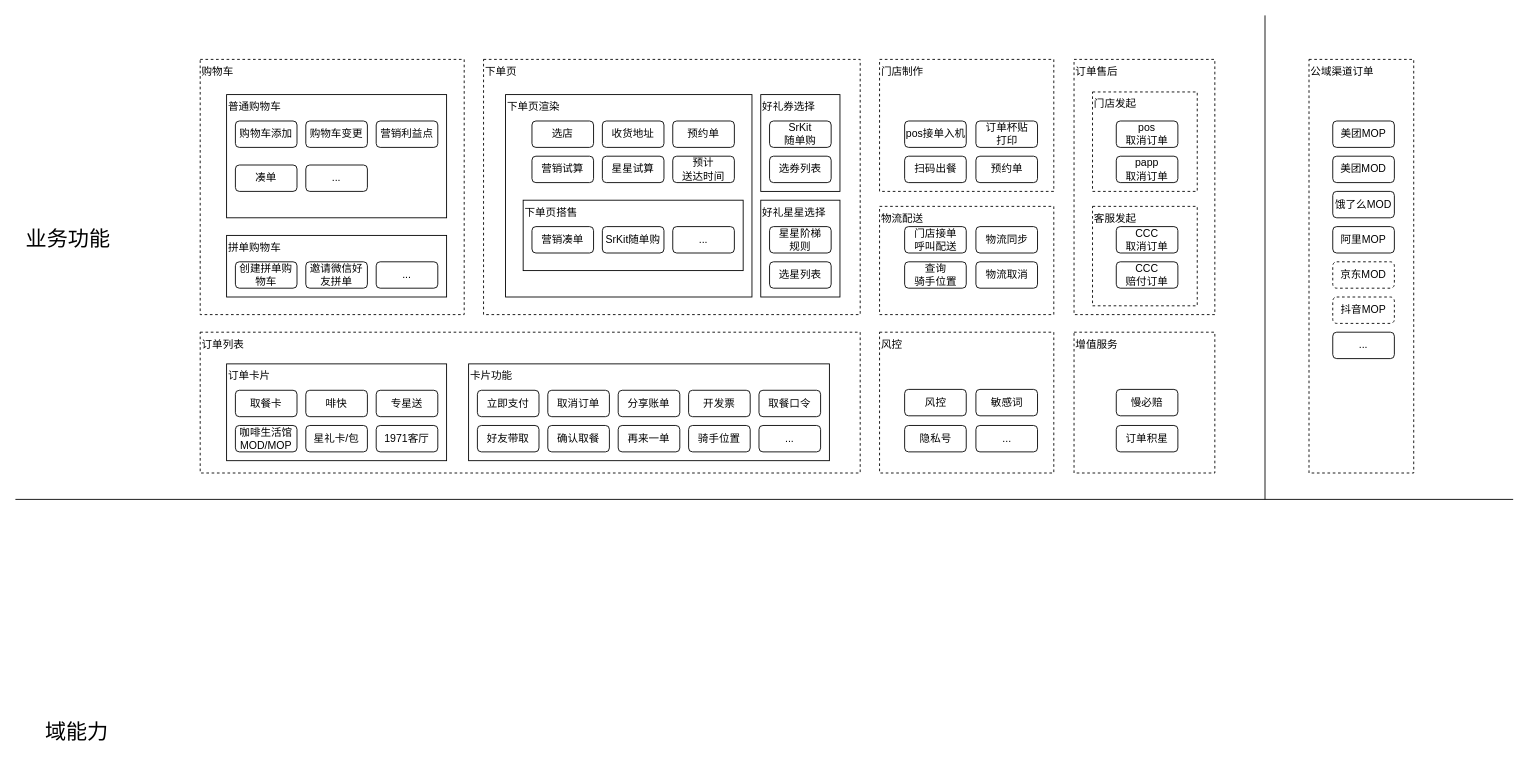
Earlier version of the draw.io diagram page "业务架构" (1 of 3) of OMS2.0业务架构.drawio (alexzhang2015/PC2.0). Source tidied: cells renumbered, new cells numbered last; positions are measured from the earlier drawing's top-left corner, leaving out a move shared by most shapes. Both pictures are drawn from the tidied source at 88%, with x=0, y=0 at pixel (15, 15).
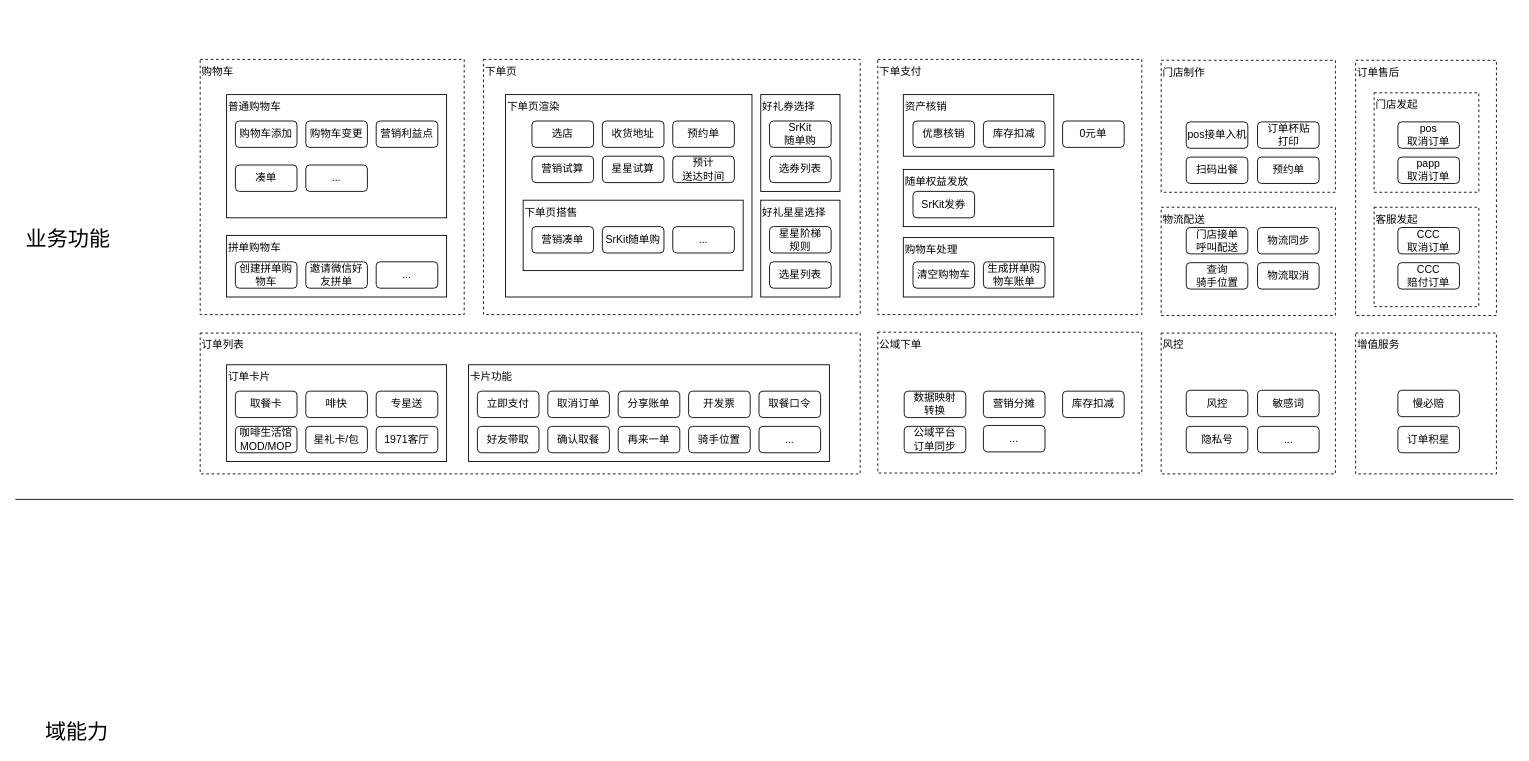
The same diagram, later.

The edit, as a diff of the source:
```diff
@@
+    <mxCell id="88" value="下单支付" style="rounded=0;whiteSpace=wrap;html=1;verticalAlign=top;dashed=1;labelPosition=center;verticalLabelPosition=middle;align=left;spacingRight=0;shadow=0;glass=0;horizontal=1;" parent="1" vertex="1">
+      <mxGeometry x="980" y="50" width="300" height="290" as="geometry" />
+    </mxCell>
+    <mxCell id="89" value="购物车处理" style="rounded=0;whiteSpace=wrap;html=1;align=left;verticalAlign=top;" parent="1" vertex="1">
+      <mxGeometry x="1009" y="252.5" width="171" height="67.5" as="geometry" />
+    </mxCell>
+    <mxCell id="90" value="随单权益发放" style="rounded=0;whiteSpace=wrap;html=1;align=left;verticalAlign=top;" parent="1" vertex="1">
+      <mxGeometry x="1009" y="175" width="171" height="65" as="geometry" />
+    </mxCell>
+    <mxCell id="91" value="资产核销" style="rounded=0;whiteSpace=wrap;html=1;align=left;verticalAlign=top;" parent="1" vertex="1">
+      <mxGeometry x="1009" y="90" width="171" height="70" as="geometry" />
+    </mxCell>
     <mxCell id="2" value="订单售后" style="rounded=0;whiteSpace=wrap;html=1;verticalAlign=top;dashed=1;labelPosition=center;verticalLabelPosition=middle;align=left;spacingRight=0;shadow=0;glass=0;horizontal=1;" parent="1" vertex="1">
-      <mxGeometry x="1203" y="50" width="160" height="290" as="geometry" />
+      <mxGeometry x="1523" y="51" width="160" height="290" as="geometry" />
     </mxCell>
     <mxCell id="3" value="门店发起" style="rounded=0;whiteSpace=wrap;html=1;verticalAlign=top;dashed=1;labelPosition=center;verticalLabelPosition=middle;align=left;spacingRight=0;shadow=0;glass=0;horizontal=1;" parent="1" vertex="1">
-      <mxGeometry x="1224" y="87" width="119" height="113" as="geometry" />
+      <mxGeometry x="1544" y="88" width="119" height="113" as="geometry" />
     </mxCell>
     <mxCell id="4" value="客服发起" style="rounded=0;whiteSpace=wrap;html=1;verticalAlign=top;dashed=1;labelPosition=center;verticalLabelPosition=middle;align=left;spacingRight=0;shadow=0;glass=0;horizontal=1;" parent="1" vertex="1">
-      <mxGeometry x="1224" y="217" width="119" height="113" as="geometry" />
+      <mxGeometry x="1544" y="218" width="119" height="113" as="geometry" />
     </mxCell>
@@
     <mxCell id="8" value="订单列表" style="rounded=0;whiteSpace=wrap;html=1;verticalAlign=top;dashed=1;labelPosition=center;verticalLabelPosition=middle;align=left;spacingRight=0;shadow=0;glass=0;horizontal=1;" parent="1" vertex="1">
-      <mxGeometry x="210" y="360" width="750" height="160" as="geometry" />
+      <mxGeometry x="210" y="361" width="750" height="160" as="geometry" />
     </mxCell>
@@
     <mxCell id="18" value="订单&lt;span style=&quot;background-color: initial;&quot;&gt;卡片&lt;/span&gt;" style="rounded=0;whiteSpace=wrap;html=1;align=left;verticalAlign=top;" parent="1" vertex="1">
-      <mxGeometry x="240" y="396" width="250" height="110" as="geometry" />
+      <mxGeometry x="240" y="397" width="250" height="110" as="geometry" />
     </mxCell>
@@
     <mxCell id="36" value="卡片&lt;span style=&quot;background-color: initial;&quot;&gt;功能&lt;/span&gt;" style="rounded=0;whiteSpace=wrap;html=1;align=left;verticalAlign=top;" parent="1" vertex="1">
-      <mxGeometry x="515" y="396" width="410" height="110" as="geometry" />
+      <mxGeometry x="515" y="397" width="410" height="110" as="geometry" />
     </mxCell>
     <mxCell id="37" value="取餐卡" style="rounded=1;whiteSpace=wrap;html=1;" parent="1" vertex="1">
-      <mxGeometry x="250" y="426" width="70" height="30" as="geometry" />
+      <mxGeometry x="250" y="427" width="70" height="30" as="geometry" />
     </mxCell>
     <mxCell id="38" value="啡快" style="rounded=1;whiteSpace=wrap;html=1;" parent="1" vertex="1">
-      <mxGeometry x="330" y="426" width="70" height="30" as="geometry" />
+      <mxGeometry x="330" y="427" width="70" height="30" as="geometry" />
     </mxCell>
     <mxCell id="39" value="咖啡生活馆&lt;div&gt;MOD/MOP&lt;/div&gt;" style="rounded=1;whiteSpace=wrap;html=1;" parent="1" vertex="1">
-      <mxGeometry x="250" y="466" width="70" height="30" as="geometry" />
+      <mxGeometry x="250" y="467" width="70" height="30" as="geometry" />
     </mxCell>
     <mxCell id="40" value="星礼卡/包" style="rounded=1;whiteSpace=wrap;html=1;" parent="1" vertex="1">
-      <mxGeometry x="330" y="466" width="70" height="30" as="geometry" />
+      <mxGeometry x="330" y="467" width="70" height="30" as="geometry" />
     </mxCell>
     <mxCell id="41" value="专星送" style="rounded=1;whiteSpace=wrap;html=1;" parent="1" vertex="1">
-      <mxGeometry x="410" y="426" width="70" height="30" as="geometry" />
+      <mxGeometry x="410" y="427" width="70" height="30" as="geometry" />
     </mxCell>
     <mxCell id="42" value="1971客厅" style="rounded=1;whiteSpace=wrap;html=1;" parent="1" vertex="1">
-      <mxGeometry x="410" y="466" width="70" height="30" as="geometry" />
+      <mxGeometry x="410" y="467" width="70" height="30" as="geometry" />
     </mxCell>
     <mxCell id="43" value="立即支付" style="rounded=1;whiteSpace=wrap;html=1;" parent="1" vertex="1">
-      <mxGeometry x="525" y="426" width="70" height="30" as="geometry" />
+      <mxGeometry x="525" y="427" width="70" height="30" as="geometry" />
     </mxCell>
     <mxCell id="44" value="取消订单" style="rounded=1;whiteSpace=wrap;html=1;" parent="1" vertex="1">
-      <mxGeometry x="605" y="426" width="70" height="30" as="geometry" />
+      <mxGeometry x="605" y="427" width="70" height="30" as="geometry" />
     </mxCell>
     <mxCell id="45" value="好友带取" style="rounded=1;whiteSpace=wrap;html=1;" parent="1" vertex="1">
-      <mxGeometry x="525" y="466" width="70" height="30" as="geometry" />
+      <mxGeometry x="525" y="467" width="70" height="30" as="geometry" />
     </mxCell>
     <mxCell id="46" value="确认取餐" style="rounded=1;whiteSpace=wrap;html=1;" parent="1" vertex="1">
-      <mxGeometry x="605" y="466" width="70" height="30" as="geometry" />
+      <mxGeometry x="605" y="467" width="70" height="30" as="geometry" />
     </mxCell>
     <mxCell id="47" value="分享账单" style="rounded=1;whiteSpace=wrap;html=1;" parent="1" vertex="1">
-      <mxGeometry x="685" y="426" width="70" height="30" as="geometry" />
+      <mxGeometry x="685" y="427" width="70" height="30" as="geometry" />
     </mxCell>
     <mxCell id="48" value="开发票" style="rounded=1;whiteSpace=wrap;html=1;" parent="1" vertex="1">
-      <mxGeometry x="765" y="426" width="70" height="30" as="geometry" />
+      <mxGeometry x="765" y="427" width="70" height="30" as="geometry" />
     </mxCell>
     <mxCell id="49" value="再来一单" style="rounded=1;whiteSpace=wrap;html=1;" parent="1" vertex="1">
-      <mxGeometry x="685" y="466" width="70" height="30" as="geometry" />
+      <mxGeometry x="685" y="467" width="70" height="30" as="geometry" />
     </mxCell>
     <mxCell id="50" value="取餐口令" style="rounded=1;whiteSpace=wrap;html=1;" parent="1" vertex="1">
-      <mxGeometry x="845" y="426" width="70" height="30" as="geometry" />
+      <mxGeometry x="845" y="427" width="70" height="30" as="geometry" />
     </mxCell>
     <mxCell id="51" value="骑手位置" style="rounded=1;whiteSpace=wrap;html=1;" parent="1" vertex="1">
-      <mxGeometry x="765" y="466" width="70" height="30" as="geometry" />
+      <mxGeometry x="765" y="467" width="70" height="30" as="geometry" />
     </mxCell>
     <mxCell id="52" value="pos&lt;div&gt;取消订单&lt;/div&gt;" style="rounded=1;whiteSpace=wrap;html=1;" parent="1" vertex="1">
-      <mxGeometry x="1251" y="120" width="70" height="30" as="geometry" />
+      <mxGeometry x="1571" y="121" width="70" height="30" as="geometry" />
     </mxCell>
     <mxCell id="53" value="papp&lt;div&gt;取消订单&lt;/div&gt;" style="rounded=1;whiteSpace=wrap;html=1;" parent="1" vertex="1">
-      <mxGeometry x="1251" y="160" width="70" height="30" as="geometry" />
+      <mxGeometry x="1571" y="161" width="70" height="30" as="geometry" />
     </mxCell>
     <mxCell id="54" value="CCC&lt;div&gt;取消订单&lt;/div&gt;" style="rounded=1;whiteSpace=wrap;html=1;" parent="1" vertex="1">
-      <mxGeometry x="1251" y="240" width="70" height="30" as="geometry" />
+      <mxGeometry x="1571" y="241" width="70" height="30" as="geometry" />
     </mxCell>
     <mxCell id="55" value="CCC&lt;div&gt;赔付订单&lt;/div&gt;" style="rounded=1;whiteSpace=wrap;html=1;" parent="1" vertex="1">
-      <mxGeometry x="1251" y="280" width="70" height="30" as="geometry" />
+      <mxGeometry x="1571" y="281" width="70" height="30" as="geometry" />
     </mxCell>
-    <mxCell id="56" value="公域渠道订单" style="rounded=0;whiteSpace=wrap;html=1;verticalAlign=top;dashed=1;labelPosition=center;verticalLabelPosition=middle;align=left;spacingRight=0;shadow=0;glass=0;horizontal=1;" parent="1" vertex="1">
-      <mxGeometry x="1470" y="50" width="119" height="470" as="geometry" />
-    </mxCell>
-    <mxCell id="57" value="饿了么MOD" style="rounded=1;whiteSpace=wrap;html=1;" parent="1" vertex="1">
-      <mxGeometry x="1497" y="200" width="70" height="30" as="geometry" />
-    </mxCell>
-    <mxCell id="58" value="美团MOP" style="rounded=1;whiteSpace=wrap;html=1;" parent="1" vertex="1">
-      <mxGeometry x="1497" y="120" width="70" height="30" as="geometry" />
-    </mxCell>
-    <mxCell id="59" value="美团MOD" style="rounded=1;whiteSpace=wrap;html=1;" parent="1" vertex="1">
-      <mxGeometry x="1497" y="160" width="70" height="30" as="geometry" />
-    </mxCell>
-    <mxCell id="60" value="京东MOD" style="rounded=1;whiteSpace=wrap;html=1;dashed=1;" parent="1" vertex="1">
-      <mxGeometry x="1497" y="280" width="70" height="30" as="geometry" />
-    </mxCell>
-    <mxCell id="61" value="抖音MOP" style="rounded=1;whiteSpace=wrap;html=1;dashed=1;" parent="1" vertex="1">
-      <mxGeometry x="1497" y="320" width="70" height="30" as="geometry" />
-    </mxCell>
-    <mxCell id="62" style="edgeStyle=orthogonalEdgeStyle;rounded=0;orthogonalLoop=1;jettySize=auto;html=1;exitX=0.5;exitY=1;exitDx=0;exitDy=0;" parent="1" edge="1" source="60" target="60">
-      <mxGeometry relative="1" as="geometry" />
-    </mxCell>
-    <mxCell id="63" value="..." style="rounded=1;whiteSpace=wrap;html=1;" parent="1" vertex="1">
-      <mxGeometry x="1497" y="360" width="70" height="30" as="geometry" />
-    </mxCell>
     <mxCell id="64" value="风控" style="rounded=0;whiteSpace=wrap;html=1;verticalAlign=top;dashed=1;labelPosition=center;verticalLabelPosition=middle;align=left;spacingRight=0;shadow=0;glass=0;horizontal=1;" parent="1" vertex="1">
-      <mxGeometry x="982" y="360" width="198" height="160" as="geometry" />
+      <mxGeometry x="1302" y="361" width="198" height="160" as="geometry" />
     </mxCell>
     <mxCell id="65" value="风控" style="rounded=1;whiteSpace=wrap;html=1;" parent="1" vertex="1">
-      <mxGeometry x="1010.5" y="425" width="70" height="30" as="geometry" />
+      <mxGeometry x="1330.5" y="426" width="70" height="30" as="geometry" />
     </mxCell>
     <mxCell id="66" value="..." style="rounded=1;whiteSpace=wrap;html=1;" parent="1" vertex="1">
-      <mxGeometry x="845" y="466" width="70" height="30" as="geometry" />
+      <mxGeometry x="845" y="467" width="70" height="30" as="geometry" />
     </mxCell>
     <mxCell id="67" value="门店制作" style="rounded=0;whiteSpace=wrap;html=1;verticalAlign=top;dashed=1;labelPosition=center;verticalLabelPosition=middle;align=left;spacingRight=0;shadow=0;glass=0;horizontal=1;" parent="1" vertex="1">
-      <mxGeometry x="982" y="50" width="198" height="150" as="geometry" />
+      <mxGeometry x="1302" y="51" width="198" height="150" as="geometry" />
     </mxCell>
     <mxCell id="68" value="物流配送" style="rounded=0;whiteSpace=wrap;html=1;verticalAlign=top;dashed=1;labelPosition=center;verticalLabelPosition=middle;align=left;spacingRight=0;shadow=0;glass=0;horizontal=1;" parent="1" vertex="1">
-      <mxGeometry x="982" y="217" width="198" height="123" as="geometry" />
+      <mxGeometry x="1302" y="218" width="198" height="123" as="geometry" />
     </mxCell>
     <mxCell id="69" value="pos接单入机" style="rounded=1;whiteSpace=wrap;html=1;" parent="1" vertex="1">
-      <mxGeometry x="1010.5" y="120" width="70" height="30" as="geometry" />
+      <mxGeometry x="1330.5" y="121" width="70" height="30" as="geometry" />
     </mxCell>
     <mxCell id="70" value="订单&lt;span style=&quot;background-color: initial;&quot;&gt;杯贴&lt;/span&gt;&lt;div&gt;&lt;span style=&quot;background-color: initial;&quot;&gt;打印&lt;/span&gt;&lt;/div&gt;" style="rounded=1;whiteSpace=wrap;html=1;" parent="1" vertex="1">
-      <mxGeometry x="1091.5" y="120" width="70" height="30" as="geometry" />
+      <mxGeometry x="1411.5" y="121" width="70" height="30" as="geometry" />
     </mxCell>
     <mxCell id="71" value="扫码出餐" style="rounded=1;whiteSpace=wrap;html=1;" parent="1" vertex="1">
-      <mxGeometry x="1010.5" y="160" width="70" height="30" as="geometry" />
+      <mxGeometry x="1330.5" y="161" width="70" height="30" as="geometry" />
     </mxCell>
     <mxCell id="72" value="物流同步" style="rounded=1;whiteSpace=wrap;html=1;" parent="1" vertex="1">
-      <mxGeometry x="1091.5" y="240" width="70" height="30" as="geometry" />
+      <mxGeometry x="1411.5" y="241" width="70" height="30" as="geometry" />
     </mxCell>
     <mxCell id="73" value="查询&lt;div&gt;骑手位置&lt;/div&gt;" style="rounded=1;whiteSpace=wrap;html=1;" parent="1" vertex="1">
-      <mxGeometry x="1010.5" y="280" width="70" height="30" as="geometry" />
+      <mxGeometry x="1330.5" y="281" width="70" height="30" as="geometry" />
     </mxCell>
     <mxCell id="74" value="预约单" style="rounded=1;whiteSpace=wrap;html=1;" parent="1" vertex="1">
-      <mxGeometry x="1091.5" y="160" width="70" height="30" as="geometry" />
+      <mxGeometry x="1411.5" y="161" width="70" height="30" as="geometry" />
     </mxCell>
     <mxCell id="75" value="门店接单&lt;div&gt;呼叫配送&lt;/div&gt;" style="rounded=1;whiteSpace=wrap;html=1;" parent="1" vertex="1">
-      <mxGeometry x="1010.5" y="240" width="70" height="30" as="geometry" />
+      <mxGeometry x="1330.5" y="241" width="70" height="30" as="geometry" />
     </mxCell>
-    <mxCell id="76" value="阿里MOP" style="rounded=1;whiteSpace=wrap;html=1;" parent="1" vertex="1">
-      <mxGeometry x="1497" y="240" width="70" height="30" as="geometry" />
-    </mxCell>
     <mxCell id="77" value="增值服务" style="rounded=0;whiteSpace=wrap;html=1;verticalAlign=top;dashed=1;labelPosition=center;verticalLabelPosition=middle;align=left;spacingRight=0;shadow=0;glass=0;horizontal=1;" parent="1" vertex="1">
-      <mxGeometry x="1203" y="360" width="160" height="160" as="geometry" />
+      <mxGeometry x="1523" y="361" width="160" height="160" as="geometry" />
     </mxCell>
     <mxCell id="78" value="物流取消" style="rounded=1;whiteSpace=wrap;html=1;" parent="1" vertex="1">
-      <mxGeometry x="1091.5" y="280" width="70" height="30" as="geometry" />
+      <mxGeometry x="1411.5" y="281" width="70" height="30" as="geometry" />
     </mxCell>
     <mxCell id="79" value="敏感词" style="rounded=1;whiteSpace=wrap;html=1;" parent="1" vertex="1">
-      <mxGeometry x="1091.5" y="425" width="70" height="30" as="geometry" />
+      <mxGeometry x="1411.5" y="426" width="70" height="30" as="geometry" />
     </mxCell>
     <mxCell id="80" value="隐私号" style="rounded=1;whiteSpace=wrap;html=1;" parent="1" vertex="1">
-      <mxGeometry x="1010.5" y="466" width="70" height="30" as="geometry" />
+      <mxGeometry x="1330.5" y="467" width="70" height="30" as="geometry" />
     </mxCell>
     <mxCell id="81" value="..." style="rounded=1;whiteSpace=wrap;html=1;" parent="1" vertex="1">
-      <mxGeometry x="1091.5" y="466" width="70" height="30" as="geometry" />
+      <mxGeometry x="1411.5" y="467" width="70" height="30" as="geometry" />
     </mxCell>
     <mxCell id="82" value="慢必赔" style="rounded=1;whiteSpace=wrap;html=1;" parent="1" vertex="1">
-      <mxGeometry x="1251" y="425" width="70" height="30" as="geometry" />
+      <mxGeometry x="1571" y="426" width="70" height="30" as="geometry" />
     </mxCell>
     <mxCell id="83" value="订单积星" style="rounded=1;whiteSpace=wrap;html=1;" parent="1" vertex="1">
-      <mxGeometry x="1251" y="466" width="70" height="30" as="geometry" />
+      <mxGeometry x="1571" y="467" width="70" height="30" as="geometry" />
     </mxCell>
@@
-    <mxCell id="85" style="endArrow=none;html=1;rounded=0;" parent="1" edge="1">
-      <mxGeometry relative="1" as="geometry">
-        <mxPoint x="1420" as="sourcePoint" />
-        <mxPoint x="1420" y="550" as="targetPoint" />
-      </mxGeometry>
-    </mxCell>
@@
+    <mxCell id="92" value="公域下单" style="rounded=0;whiteSpace=wrap;html=1;verticalAlign=top;dashed=1;labelPosition=center;verticalLabelPosition=middle;align=left;spacingRight=0;shadow=0;glass=0;horizontal=1;" parent="1" vertex="1">
+      <mxGeometry x="980" y="360" width="300" height="160" as="geometry" />
+    </mxCell>
+    <mxCell id="93" value="营销&lt;span style=&quot;background-color: initial;&quot;&gt;分摊&lt;/span&gt;" style="rounded=1;whiteSpace=wrap;html=1;" parent="1" vertex="1">
+      <mxGeometry x="1100" y="427" width="70" height="30" as="geometry" />
+    </mxCell>
+    <mxCell id="94" value="&lt;div&gt;数据映射&lt;/div&gt;&lt;div&gt;&lt;span style=&quot;background-color: initial;&quot;&gt;转换&lt;/span&gt;&lt;/div&gt;" style="rounded=1;whiteSpace=wrap;html=1;" parent="1" vertex="1">
+      <mxGeometry x="1010" y="427" width="70" height="30" as="geometry" />
+    </mxCell>
+    <mxCell id="95" value="库存扣减" style="rounded=1;whiteSpace=wrap;html=1;" parent="1" vertex="1">
+      <mxGeometry x="1190" y="427" width="70" height="30" as="geometry" />
+    </mxCell>
+    <mxCell id="96" value="优惠核销" style="rounded=1;whiteSpace=wrap;html=1;" parent="1" vertex="1">
+      <mxGeometry x="1020" y="120" width="70" height="30" as="geometry" />
+    </mxCell>
+    <mxCell id="97" value="库存扣减" style="rounded=1;whiteSpace=wrap;html=1;" parent="1" vertex="1">
+      <mxGeometry x="1100" y="120" width="70" height="30" as="geometry" />
+    </mxCell>
+    <mxCell id="98" value="清空购物车" style="rounded=1;whiteSpace=wrap;html=1;" parent="1" vertex="1">
+      <mxGeometry x="1020" y="280" width="70" height="30" as="geometry" />
+    </mxCell>
+    <mxCell id="99" value="0元单" style="rounded=1;whiteSpace=wrap;html=1;" parent="1" vertex="1">
+      <mxGeometry x="1190" y="120" width="70" height="30" as="geometry" />
+    </mxCell>
+    <mxCell id="100" value="生成拼单购物车账单" style="rounded=1;whiteSpace=wrap;html=1;" parent="1" vertex="1">
+      <mxGeometry x="1100" y="280" width="70" height="30" as="geometry" />
+    </mxCell>
+    <mxCell id="101" value="SrKit发券" style="rounded=1;whiteSpace=wrap;html=1;" parent="1" vertex="1">
+      <mxGeometry x="1020" y="200" width="70" height="30" as="geometry" />
+    </mxCell>
+    <mxCell id="102" value="公域平台&lt;div&gt;订单&lt;span style=&quot;background-color: initial;&quot;&gt;同步&lt;/span&gt;&lt;/div&gt;" style="rounded=1;whiteSpace=wrap;html=1;" parent="1" vertex="1">
+      <mxGeometry x="1010" y="467" width="70" height="30" as="geometry" />
+    </mxCell>
+    <mxCell id="63" value="..." style="rounded=1;whiteSpace=wrap;html=1;" parent="1" vertex="1">
+      <mxGeometry x="1100" y="466" width="70" height="30" as="geometry" />
+    </mxCell>
```
